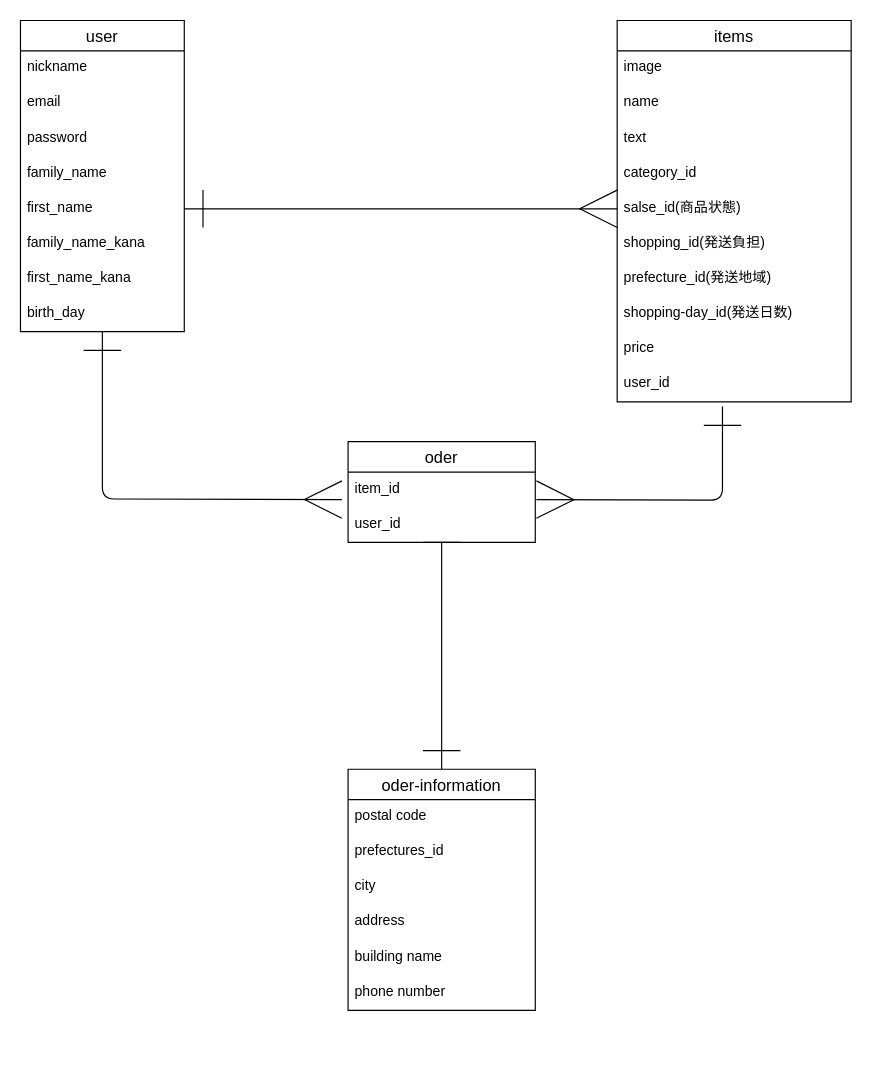
This is .dio from gtn-74/furima-39277, a draw.io file, before an edit. Source tidied: cells renumbered, new cells numbered last; positions are measured from the earlier drawing's top-left corner, leaving out a move shared by most shapes. Both pictures are drawn from the tidied source at 117%, with x=0, y=0 at pixel (20, 20).
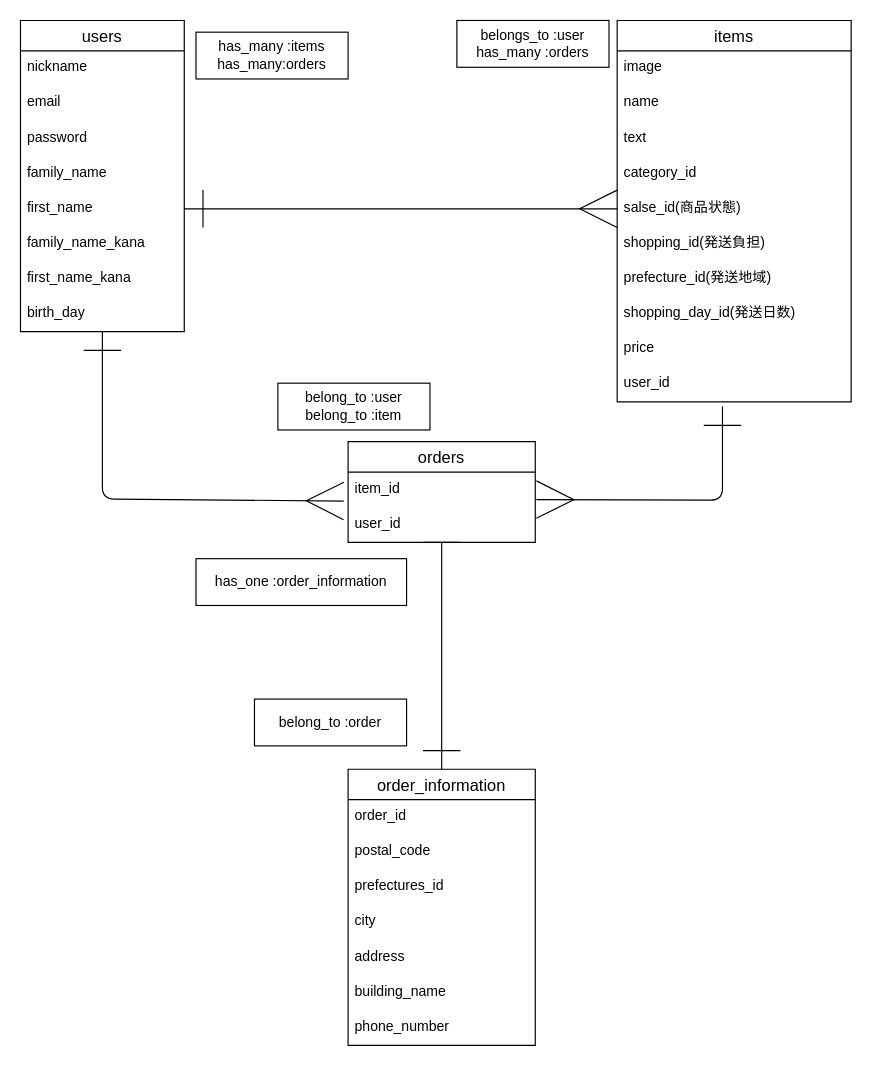
After the change.

The change refers to these unchanged cells:
```xml
<mxCell id="13" value="items" style="swimlane;fontStyle=0;horizontal=1;startSize=26;align=center;fontSize=14;" parent="1" vertex="1">
  <mxGeometry x="510" width="200" height="326" as="geometry" />
</mxCell>
<mxCell id="26" value="item_id" style="text;strokeColor=none;fillColor=none;spacingLeft=4;spacingRight=4;overflow=hidden;points=[[0,0.5],[1,0.5]];portConstraint=eastwest;fontSize=12;" parent="25" vertex="1">
  <mxGeometry y="26" width="160" height="30" as="geometry" />
</mxCell>
```

The edit, as a diff of the source:
```diff
@@
-    <mxCell id="2" style="edgeStyle=none;html=1;entryX=-0.033;entryY=0.783;entryDx=0;entryDy=0;entryPerimeter=0;startArrow=ERone;startFill=0;endArrow=ERmany;endFill=0;endSize=30;startSize=30;" parent="1" edge="1" source="3" target="26">
+    <mxCell id="2" style="edgeStyle=none;html=1;entryX=-0.023;entryY=0.825;entryDx=0;entryDy=0;entryPerimeter=0;startArrow=ERone;startFill=0;endArrow=ERmany;endFill=0;endSize=30;startSize=30;" parent="1" edge="1" source="3" target="26">
       <mxGeometry relative="1" as="geometry">
         <Array as="points">
           <mxPoint x="70" y="409" />
         </Array>
       </mxGeometry>
     </mxCell>
-    <mxCell id="3" value="user" style="swimlane;fontStyle=0;horizontal=1;startSize=26;align=center;fontSize=14;" parent="1" vertex="1">
+    <mxCell id="3" value="users" style="swimlane;fontStyle=0;horizontal=1;startSize=26;align=center;fontSize=14;" parent="1" vertex="1">
       <mxGeometry width="140" height="266" as="geometry" />
     </mxCell>
@@
-    <mxCell id="21" value="shopping-day_id(発送日数)" style="text;strokeColor=none;fillColor=none;spacingLeft=4;spacingRight=4;overflow=hidden;fontSize=12;" parent="13" vertex="1">
+    <mxCell id="21" value="shopping_day_id(発送日数)" style="text;strokeColor=none;fillColor=none;spacingLeft=4;spacingRight=4;overflow=hidden;fontSize=12;" parent="13" vertex="1">
       <mxGeometry y="236" width="200" height="30" as="geometry" />
     </mxCell>
@@
-    <mxCell id="25" value="oder" style="swimlane;fontStyle=0;horizontal=1;startSize=26;align=center;fontSize=14;" parent="1" vertex="1">
+    <mxCell id="25" value="orders" style="swimlane;fontStyle=0;horizontal=1;startSize=26;align=center;fontSize=14;" parent="1" vertex="1">
       <mxGeometry x="280" y="360" width="160" height="86" as="geometry" />
     </mxCell>
@@
-    <mxCell id="28" value="oder-information" style="swimlane;fontStyle=0;horizontal=1;startSize=26;align=center;fontSize=14;" parent="1" vertex="1">
-      <mxGeometry x="280" y="640" width="160" height="206" as="geometry" />
+    <mxCell id="28" value="order_information" style="swimlane;fontStyle=0;horizontal=1;startSize=26;align=center;fontSize=14;" parent="1" vertex="1">
+      <mxGeometry x="280" y="640" width="160" height="236" as="geometry" />
     </mxCell>
+    <mxCell id="36" value="order_id" style="text;strokeColor=none;fillColor=none;spacingLeft=4;spacingRight=4;overflow=hidden;fontSize=12;" parent="28" vertex="1">
+      <mxGeometry y="26" width="160" height="30" as="geometry" />
+    </mxCell>
-    <mxCell id="29" value="postal code" style="text;strokeColor=none;fillColor=none;spacingLeft=4;spacingRight=4;overflow=hidden;fontSize=12;" parent="28" vertex="1">
-      <mxGeometry y="26" width="160" height="30" as="geometry" />
+    <mxCell id="29" value="postal_code" style="text;strokeColor=none;fillColor=none;spacingLeft=4;spacingRight=4;overflow=hidden;fontSize=12;" parent="28" vertex="1">
+      <mxGeometry y="56" width="160" height="30" as="geometry" />
     </mxCell>
     <mxCell id="30" value="prefectures_id" style="text;strokeColor=none;fillColor=none;spacingLeft=4;spacingRight=4;overflow=hidden;fontSize=12;" parent="28" vertex="1">
-      <mxGeometry y="56" width="160" height="30" as="geometry" />
+      <mxGeometry y="86" width="160" height="30" as="geometry" />
     </mxCell>
     <mxCell id="31" value="city" style="text;strokeColor=none;fillColor=none;spacingLeft=4;spacingRight=4;overflow=hidden;fontSize=12;" parent="28" vertex="1">
-      <mxGeometry y="86" width="160" height="30" as="geometry" />
+      <mxGeometry y="116" width="160" height="30" as="geometry" />
     </mxCell>
     <mxCell id="32" value="address" style="text;strokeColor=none;fillColor=none;spacingLeft=4;spacingRight=4;overflow=hidden;fontSize=12;" parent="28" vertex="1">
-      <mxGeometry y="116" width="160" height="30" as="geometry" />
+      <mxGeometry y="146" width="160" height="30" as="geometry" />
     </mxCell>
-    <mxCell id="33" value="building name" style="text;strokeColor=none;fillColor=none;spacingLeft=4;spacingRight=4;overflow=hidden;fontSize=12;" parent="28" vertex="1">
-      <mxGeometry y="146" width="160" height="30" as="geometry" />
+    <mxCell id="33" value="building_name" style="text;strokeColor=none;fillColor=none;spacingLeft=4;spacingRight=4;overflow=hidden;fontSize=12;" parent="28" vertex="1">
+      <mxGeometry y="176" width="160" height="30" as="geometry" />
     </mxCell>
-    <mxCell id="34" value="phone number" style="text;strokeColor=none;fillColor=none;spacingLeft=4;spacingRight=4;overflow=hidden;fontSize=12;" parent="28" vertex="1">
-      <mxGeometry y="176" width="160" height="30" as="geometry" />
+    <mxCell id="34" value="phone_number" style="text;strokeColor=none;fillColor=none;spacingLeft=4;spacingRight=4;overflow=hidden;fontSize=12;" parent="28" vertex="1">
+      <mxGeometry y="206" width="160" height="30" as="geometry" />
     </mxCell>
@@
+    <mxCell id="37" value="has_many :items&lt;br&gt;has_many:orders" style="whiteSpace=wrap;html=1;align=center;" parent="1" vertex="1">
+      <mxGeometry x="150" y="10" width="130" height="40" as="geometry" />
+    </mxCell>
+    <mxCell id="38" value="belongs_to :user&lt;br&gt;has_many :orders" style="whiteSpace=wrap;html=1;align=center;" parent="1" vertex="1">
+      <mxGeometry x="373" width="130" height="40" as="geometry" />
+    </mxCell>
+    <mxCell id="39" value="belong_to :user&lt;br&gt;belong_to :item" style="whiteSpace=wrap;html=1;align=center;" parent="1" vertex="1">
+      <mxGeometry x="220" y="310" width="130" height="40" as="geometry" />
+    </mxCell>
+    <mxCell id="40" value="belong_to :order" style="whiteSpace=wrap;html=1;align=center;" parent="1" vertex="1">
+      <mxGeometry x="200" y="580" width="130" height="40" as="geometry" />
+    </mxCell>
+    <mxCell id="41" value="has_one :order_information" style="whiteSpace=wrap;html=1;align=center;" parent="1" vertex="1">
+      <mxGeometry x="150" y="460" width="180" height="40" as="geometry" />
+    </mxCell>
```
